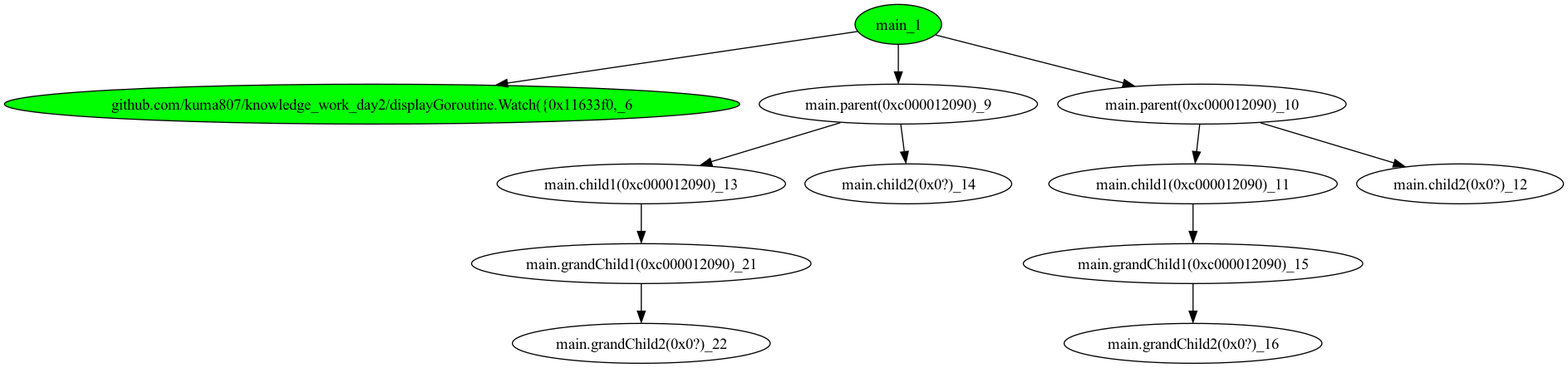
Above: main_testGoroutine/tree_0.png in kuma807/knowledge_work_day2 (Graphviz), before the change. Its source is kept beside it as main_testGoroutine/tree_0.dot.
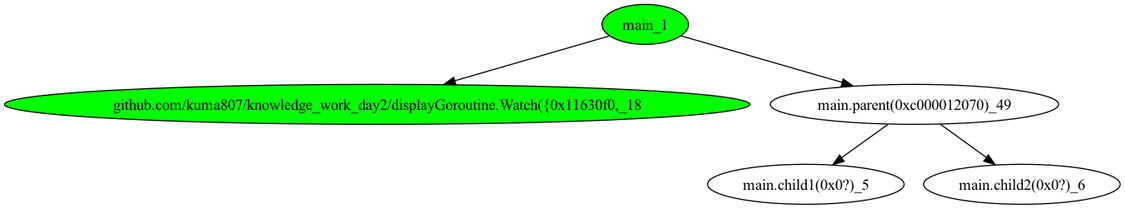
After the commit.

Diff of the diagram source:
```diff
@@ -1,26 +1,12 @@
 digraph G {
-	"main_1"->"github.com/kuma807/knowledge_work_day2/displayGoroutine.Watch({0x11633f0,_6";
-	"main_1"->"main.parent(0xc000012090)_9";
-	"main_1"->"main.parent(0xc000012090)_10";
-	"main.parent(0xc000012090)_10"->"main.child1(0xc000012090)_11";
-	"main.parent(0xc000012090)_10"->"main.child2(0x0?)_12";
-	"main.parent(0xc000012090)_9"->"main.child1(0xc000012090)_13";
-	"main.parent(0xc000012090)_9"->"main.child2(0x0?)_14";
-	"main.child1(0xc000012090)_11"->"main.grandChild1(0xc000012090)_15";
-	"main.grandChild1(0xc000012090)_15"->"main.grandChild2(0x0?)_16";
-	"main.child1(0xc000012090)_13"->"main.grandChild1(0xc000012090)_21";
-	"main.grandChild1(0xc000012090)_21"->"main.grandChild2(0x0?)_22";
-	"github.com/kuma807/knowledge_work_day2/displayGoroutine.Watch({0x11633f0,_6" [ fillcolor="#00FF00", style="solid,filled" ];
-	"main.child1(0xc000012090)_11";
-	"main.child1(0xc000012090)_13";
-	"main.child2(0x0?)_12";
-	"main.child2(0x0?)_14";
-	"main.grandChild1(0xc000012090)_15";
-	"main.grandChild1(0xc000012090)_21";
-	"main.grandChild2(0x0?)_16";
-	"main.grandChild2(0x0?)_22";
-	"main.parent(0xc000012090)_10";
-	"main.parent(0xc000012090)_9";
+	"main_1"->"github.com/kuma807/knowledge_work_day2/displayGoroutine.Watch({0x11630f0,_18";
+	"main_1"->"main.parent(0xc000012070)_49";
+	"main.parent(0xc000012070)_49"->"main.child1(0x0?)_5";
+	"main.parent(0xc000012070)_49"->"main.child2(0x0?)_6";
+	"github.com/kuma807/knowledge_work_day2/displayGoroutine.Watch({0x11630f0,_18" [ fillcolor="#00FF00", style="solid,filled" ];
+	"main.child1(0x0?)_5";
+	"main.child2(0x0?)_6";
+	"main.parent(0xc000012070)_49";
 	"main_1" [ fillcolor="#00FF00", style="solid,filled" ];
 
 }
```
